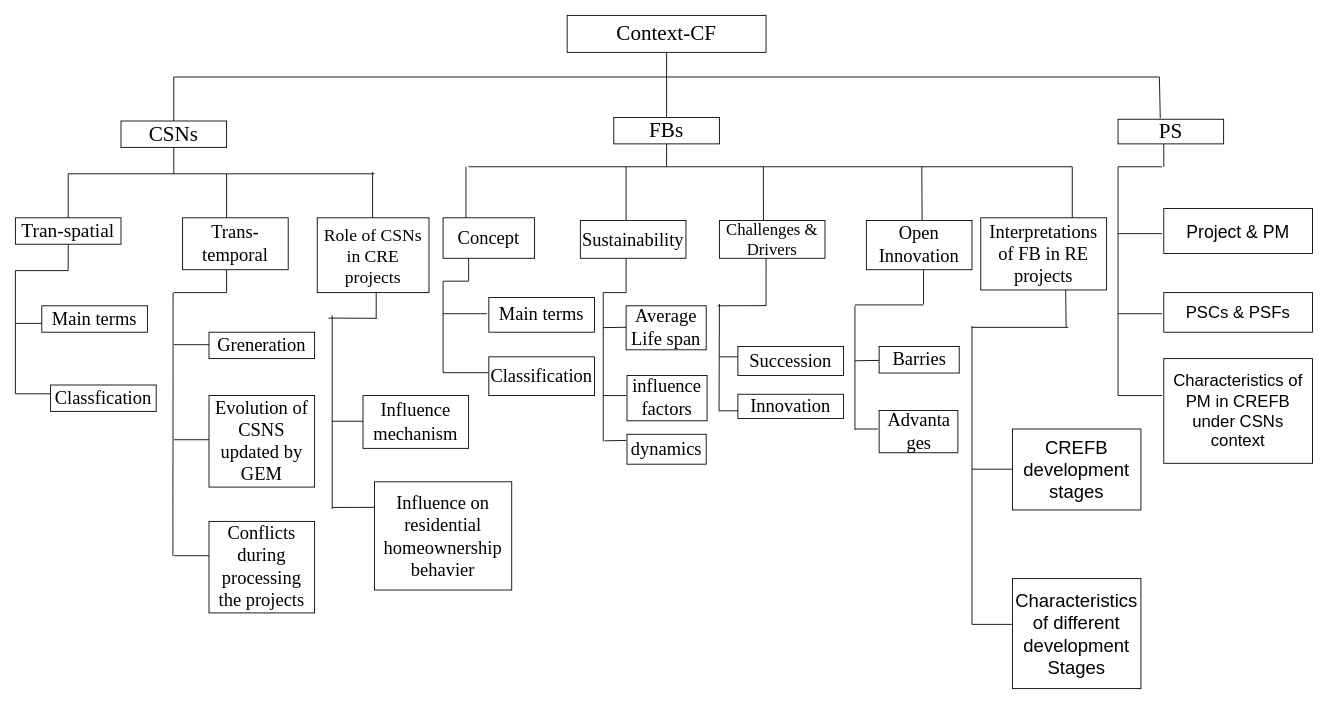
This is new_ari.drawio from zhang144999/repository, a draw.io file, before an edit. Source tidied: cells renumbered, new cells numbered last; positions are measured from the earlier drawing's top-left corner, leaving out a move shared by most shapes. Both pictures are drawn from the tidied source at 88%, with x=0, y=0 at pixel (15, 15).
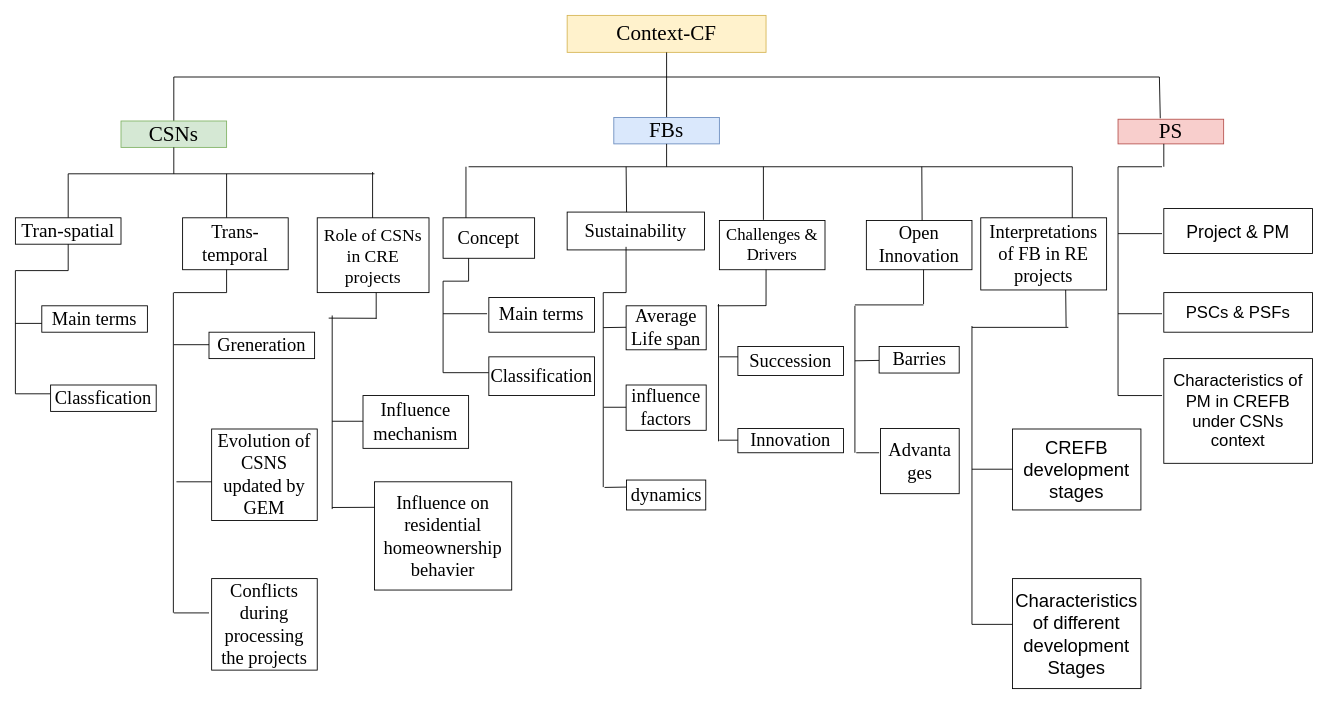
The same page after the edit.

Diff of the diagram source:
```diff
@@
-    <mxCell id="2" value="&lt;font style=&quot;font-size: 24px&quot; face=&quot;Times New Roman&quot;&gt;Context-CF&lt;/font&gt;" style="rounded=0;whiteSpace=wrap;html=1;" parent="1" vertex="1">
+    <mxCell id="2" value="&lt;font style=&quot;font-size: 24px&quot; face=&quot;Times New Roman&quot;&gt;Context-CF&lt;/font&gt;" style="rounded=0;whiteSpace=wrap;html=1;fillColor=#fff2cc;strokeColor=#d6b656;" parent="1" vertex="1">
       <mxGeometry x="627" width="226" height="42" as="geometry" />
     </mxCell>
@@
-    <mxCell id="8" value="&lt;font style=&quot;font-size: 24px&quot; face=&quot;Times New Roman&quot;&gt;CSNs&lt;/font&gt;" style="rounded=0;whiteSpace=wrap;html=1;" parent="1" vertex="1">
+    <mxCell id="8" value="&lt;font style=&quot;font-size: 24px&quot; face=&quot;Times New Roman&quot;&gt;CSNs&lt;/font&gt;" style="rounded=0;whiteSpace=wrap;html=1;fillColor=#d5e8d4;strokeColor=#82b366;" parent="1" vertex="1">
       <mxGeometry x="120" y="120" width="120" height="30" as="geometry" />
     </mxCell>
-    <mxCell id="9" value="&lt;div align=&quot;justify&quot;&gt;&lt;font style=&quot;font-size: 24px&quot; face=&quot;Times New Roman&quot;&gt;FBs&lt;/font&gt;&lt;/div&gt;" style="rounded=0;whiteSpace=wrap;html=1;" parent="1" vertex="1">
+    <mxCell id="9" value="&lt;div align=&quot;justify&quot;&gt;&lt;font style=&quot;font-size: 24px&quot; face=&quot;Times New Roman&quot;&gt;FBs&lt;/font&gt;&lt;/div&gt;" style="rounded=0;whiteSpace=wrap;html=1;fillColor=#dae8fc;strokeColor=#6c8ebf;" parent="1" vertex="1">
       <mxGeometry x="680" y="116" width="120" height="30" as="geometry" />
     </mxCell>
@@
-    <mxCell id="26" style="endArrow=none;html=1;" parent="1" edge="1">
-      <mxGeometry relative="1" as="geometry">
-        <mxPoint x="179.2" y="315" as="sourcePoint" />
-        <mxPoint x="179" y="614" as="targetPoint" />
-      </mxGeometry>
-    </mxCell>
     <mxCell id="27" value="&lt;font style=&quot;font-size: 21px&quot; face=&quot;Times New Roman&quot;&gt;Evolution of CSNS updated by GEM&lt;/font&gt;" style="rounded=0;whiteSpace=wrap;html=1;" parent="1" vertex="1">
-      <mxGeometry x="220" y="432" width="120" height="104" as="geometry" />
+      <mxGeometry x="223" y="470" width="120" height="104" as="geometry" />
     </mxCell>
     <mxCell id="28" value="&lt;font style=&quot;font-size: 21px&quot; face=&quot;Times New Roman&quot;&gt;Conflicts during processing the projects&lt;/font&gt;" style="rounded=0;whiteSpace=wrap;html=1;" parent="1" vertex="1">
-      <mxGeometry x="220" y="575" width="120" height="104" as="geometry" />
+      <mxGeometry x="223" y="640" width="120" height="104" as="geometry" />
     </mxCell>
@@
     <mxCell id="30" style="endArrow=none;html=1;" parent="1" edge="1">
       <mxGeometry relative="1" as="geometry">
-        <mxPoint x="180" y="482.2" as="sourcePoint" />
-        <mxPoint x="220" y="482.2" as="targetPoint" />
+        <mxPoint x="183" y="530" as="sourcePoint" />
+        <mxPoint x="223" y="530" as="targetPoint" />
       </mxGeometry>
     </mxCell>
     <mxCell id="31" style="endArrow=none;html=1;" parent="1" edge="1">
       <mxGeometry relative="1" as="geometry">
-        <mxPoint x="180" y="614" as="sourcePoint" />
-        <mxPoint x="220" y="614" as="targetPoint" />
+        <mxPoint x="180" y="679" as="sourcePoint" />
+        <mxPoint x="220" y="679" as="targetPoint" />
       </mxGeometry>
     </mxCell>
@@
-    <mxCell id="41" value="&lt;font style=&quot;font-size: 24px&quot; face=&quot;Times New Roman&quot;&gt;PS&lt;/font&gt;" style="rounded=0;whiteSpace=wrap;html=1;" parent="1" vertex="1">
+    <mxCell id="41" value="&lt;font style=&quot;font-size: 24px&quot; face=&quot;Times New Roman&quot;&gt;PS&lt;/font&gt;" style="rounded=0;whiteSpace=wrap;html=1;fillColor=#f8cecc;strokeColor=#b85450;" parent="1" vertex="1">
       <mxGeometry x="1253" y="118" width="120" height="28" as="geometry" />
     </mxCell>
@@
     <mxCell id="63" value="&lt;font style=&quot;font-size: 21px&quot; face=&quot;Times New Roman&quot;&gt;Sustainability&lt;/font&gt;" style="rounded=0;whiteSpace=wrap;html=1;" parent="1" vertex="1">
-      <mxGeometry x="642" y="233" width="120" height="43" as="geometry" />
+      <mxGeometry x="627" y="223.5" width="156" height="43" as="geometry" />
     </mxCell>
-    <mxCell id="64" style="endArrow=none;html=1;" parent="1" edge="1">
+    <mxCell id="64" style="endArrow=none;html=1;entryX=0.429;entryY=0.919;entryDx=0;entryDy=0;entryPerimeter=0;" parent="1" edge="1" target="63">
       <mxGeometry relative="1" as="geometry">
         <mxPoint x="694" y="315" as="sourcePoint" />
-        <mxPoint x="694" y="276" as="targetPoint" />
       </mxGeometry>
     </mxCell>
@@
     <mxCell id="66" style="endArrow=none;html=1;" parent="1" edge="1">
       <mxGeometry relative="1" as="geometry">
-        <mxPoint x="668" y="484" as="sourcePoint" />
+        <mxPoint x="668" y="536" as="sourcePoint" />
         <mxPoint x="668" y="315" as="targetPoint" />
       </mxGeometry>
     </mxCell>
@@
     <mxCell id="68" style="endArrow=none;html=1;" parent="1" edge="1">
       <mxGeometry relative="1" as="geometry">
-        <mxPoint x="668" y="432" as="sourcePoint" />
-        <mxPoint x="694" y="432" as="targetPoint" />
+        <mxPoint x="668.5" y="445.3" as="sourcePoint" />
+        <mxPoint x="694.5" y="445.3" as="targetPoint" />
       </mxGeometry>
     </mxCell>
     <mxCell id="69" style="endArrow=none;html=1;" parent="1" edge="1">
       <mxGeometry relative="1" as="geometry">
-        <mxPoint x="669.5" y="483.4" as="sourcePoint" />
-        <mxPoint x="694" y="483" as="targetPoint" />
+        <mxPoint x="669.5" y="536.4" as="sourcePoint" />
+        <mxPoint x="694" y="536" as="targetPoint" />
       </mxGeometry>
     </mxCell>
@@
     <mxCell id="71" value="&lt;font style=&quot;font-size: 21px&quot; face=&quot;Times New Roman&quot;&gt;influence factors&lt;/font&gt;" style="rounded=0;whiteSpace=wrap;html=1;" parent="1" vertex="1">
-      <mxGeometry x="695" y="409.2" width="91" height="51.5" as="geometry" />
+      <mxGeometry x="694" y="420" width="91" height="51.5" as="geometry" />
     </mxCell>
     <mxCell id="72" value="&lt;font style=&quot;font-size: 21px&quot; face=&quot;Times New Roman&quot;&gt;dynamics&lt;/font&gt;" style="rounded=0;whiteSpace=wrap;html=1;" parent="1" vertex="1">
-      <mxGeometry x="695" y="476" width="90" height="34" as="geometry" />
+      <mxGeometry x="694.5" y="528" width="90" height="34" as="geometry" />
     </mxCell>
@@
     <mxCell id="74" value="&lt;font style=&quot;font-size: 19px&quot; face=&quot;Times New Roman&quot;&gt;Challenges &amp;amp; Drivers&lt;/font&gt;" style="rounded=0;whiteSpace=wrap;html=1;" parent="1" vertex="1">
-      <mxGeometry x="800" y="233" width="120" height="43" as="geometry" />
+      <mxGeometry x="800" y="233" width="120" height="56" as="geometry" />
     </mxCell>
@@
     <mxCell id="77" style="endArrow=none;html=1;" parent="1" edge="1">
       <mxGeometry relative="1" as="geometry">
-        <mxPoint x="799.6" y="450" as="sourcePoint" />
-        <mxPoint x="800" y="328" as="targetPoint" />
+        <mxPoint x="799" y="484" as="sourcePoint" />
+        <mxPoint x="799" y="328" as="targetPoint" />
       </mxGeometry>
     </mxCell>
@@
     <mxCell id="79" style="endArrow=none;html=1;" parent="1" edge="1">
       <mxGeometry relative="1" as="geometry">
-        <mxPoint x="800" y="449.3" as="sourcePoint" />
-        <mxPoint x="824" y="449.3" as="targetPoint" />
+        <mxPoint x="800" y="482.7" as="sourcePoint" />
+        <mxPoint x="824" y="482.7" as="targetPoint" />
       </mxGeometry>
     </mxCell>
@@
     <mxCell id="81" value="&lt;font style=&quot;font-size: 21px&quot; face=&quot;Times New Roman&quot;&gt;Innovation&lt;/font&gt;" style="rounded=0;whiteSpace=wrap;html=1;" parent="1" vertex="1">
-      <mxGeometry x="821" y="430.5" width="120" height="27.5" as="geometry" />
+      <mxGeometry x="821" y="469.5" width="120" height="27.5" as="geometry" />
     </mxCell>
@@
     <mxCell id="86" style="endArrow=none;html=1;" parent="1" edge="1">
       <mxGeometry relative="1" as="geometry">
-        <mxPoint x="954" y="471" as="sourcePoint" />
+        <mxPoint x="954" y="497" as="sourcePoint" />
         <mxPoint x="954" y="330" as="targetPoint" />
       </mxGeometry>
     </mxCell>
@@
     <mxCell id="88" style="endArrow=none;html=1;" parent="1" edge="1">
       <mxGeometry relative="1" as="geometry">
-        <mxPoint x="954" y="470" as="sourcePoint" />
-        <mxPoint x="980" y="470" as="targetPoint" />
+        <mxPoint x="955.5" y="497" as="sourcePoint" />
+        <mxPoint x="981.5" y="497" as="targetPoint" />
       </mxGeometry>
     </mxCell>
@@
     <mxCell id="90" value="&lt;font style=&quot;font-size: 21px&quot; face=&quot;Times New Roman&quot;&gt;Advanta ges&lt;/font&gt;" style="rounded=0;whiteSpace=wrap;html=1;" parent="1" vertex="1">
-      <mxGeometry x="981.5" y="449" width="89.5" height="48" as="geometry" />
+      <mxGeometry x="983" y="469.5" width="89.5" height="74" as="geometry" />
     </mxCell>
@@
+    <mxCell id="100" style="endArrow=none;html=1;" parent="1" edge="1">
+      <mxGeometry relative="1" as="geometry">
+        <mxPoint x="179.5" y="678.8" as="sourcePoint" />
+        <mxPoint x="179.5" y="315" as="targetPoint" />
+      </mxGeometry>
+    </mxCell>
```
